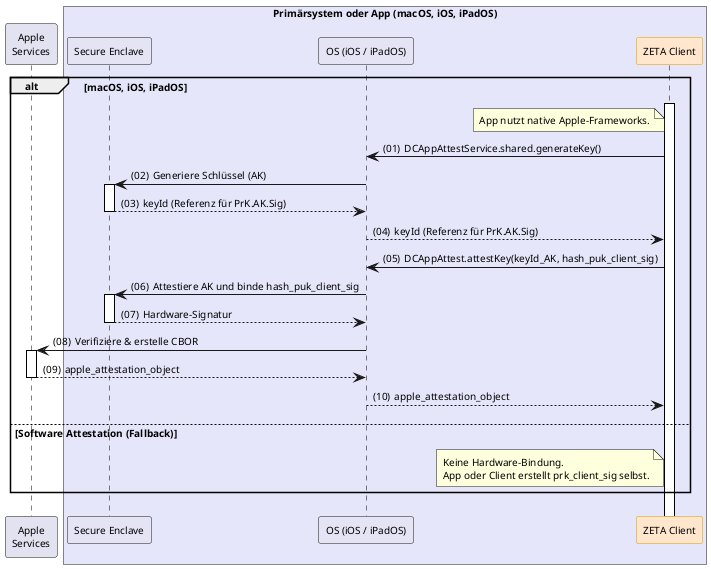
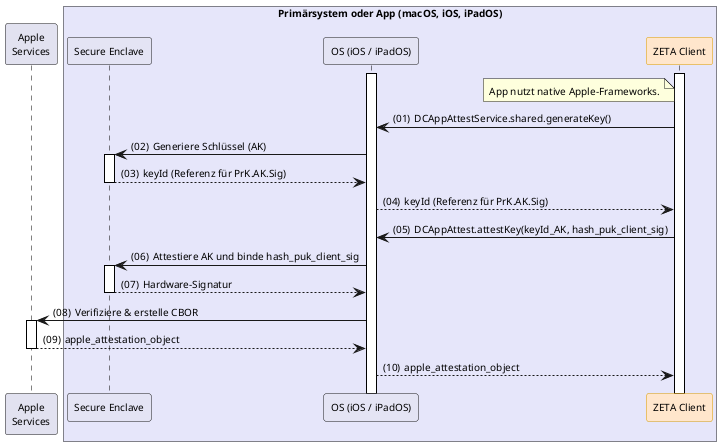
@startuml "key-preparation"
autonumber "(00)"
skinparam defaultFontSize 10
skinparam defaultFontName Helvetica
skinparam DefaultMonospacedFontName Courier
skinparam lengthAdjust none
skinparam sequenceReferenceBackgroundColor White
skinparam SequenceReferenceFontSize 12
skinparam sequenceMessageAlign left
hide stereotype

' Box colors
!define LEI_COLOR #GhostWhite
!define LEI_COMPONENT_COLOR #E4E4F4
!define PRIMAERSYSTEM_COLOR #Lavender
!define MOBILE_COLOR #fefcff

' Participant colors
<style>
sequenceDiagram {
  participant {
    .zeta {
      BackgroundColor #FFE6CC
      LineColor #D79B00
    }
  }
  lifeline {
    BackgroundColor White
    LineColor Black
  }
}
</style>

!pragma teoz true

participant "Apple\nServices" as Apple
box "Primärsystem oder App (macOS, iOS, iPadOS)" PRIMAERSYSTEM_COLOR
  participant "Secure Enclave" as SE LEI_COMPONENT_COLOR
  participant "OS (iOS / iPadOS)" as AppleOS LEI_COMPONENT_COLOR
  participant "ZETA Client" as Client <<zeta>>
end box

+ Client++
+ AppleOS++
+ note left of Client: App nutzt native Apple-Frameworks.

- alt macOS, iOS, iPadOS
+ Client -> AppleOS: DCAppAttestService.shared.generateKey()
+ AppleOS -> SE++: Generiere Schlüssel (AK)
+ SE --> AppleOS--: keyId (Referenz für PrK.AK.Sig)
+ AppleOS --> Client: keyId (Referenz für PrK.AK.Sig)

-     Client++
-     note left of Client: App nutzt native Apple-Frameworks.
- 
-     Client -> AppleOS: DCAppAttestService.shared.generateKey()
-     AppleOS -> SE++: Generiere Schlüssel (AK)
-     SE --> AppleOS--: keyId (Referenz für PrK.AK.Sig)
-     AppleOS --> Client: keyId (Referenz für PrK.AK.Sig)
- 
-     Client -> AppleOS: DCAppAttest.attestKey(keyId_AK, hash_puk_client_sig)
-     AppleOS -> SE++: Attestiere AK und binde hash_puk_client_sig
-     SE --> AppleOS--: Hardware-Signatur
-     AppleOS -> Apple++: Verifiziere & erstelle CBOR
-     Apple --> AppleOS--: apple_attestation_object
-     AppleOS --> Client--: apple_attestation_object
- 
- else Software Attestation (Fallback)
-     note left of Client: Keine Hardware-Bindung.\nApp oder Client erstellt prk_client_sig selbst.
- end
+ Client -> AppleOS: DCAppAttest.attestKey(keyId_AK, hash_puk_client_sig)
+ AppleOS -> SE++: Attestiere AK und binde hash_puk_client_sig
+ SE --> AppleOS--: Hardware-Signatur
+ AppleOS -> Apple++: Verifiziere & erstelle CBOR
+ Apple --> AppleOS--: apple_attestation_object
+ AppleOS --> Client: apple_attestation_object

@enduml